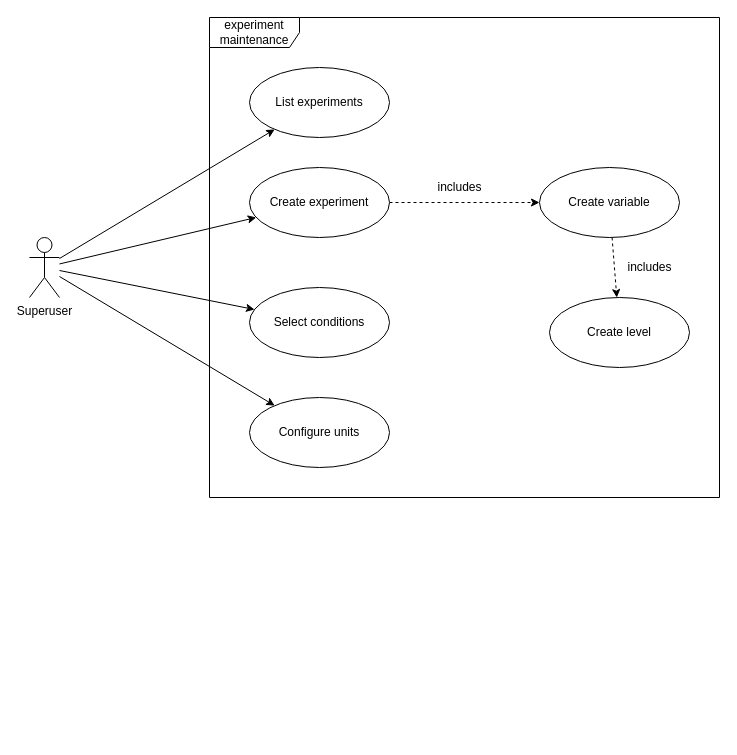
This is Documentation/use_cases/Experiment use cases.drawio from Dandelion-dev-team/dandelion, a draw.io file, before an edit. Source tidied: cells renumbered, new cells numbered last; positions are measured from the earlier drawing's top-left corner, leaving out a move shared by most shapes. Both pictures are drawn from the tidied source at 100%, with x=0, y=0 at pixel (29, 17).
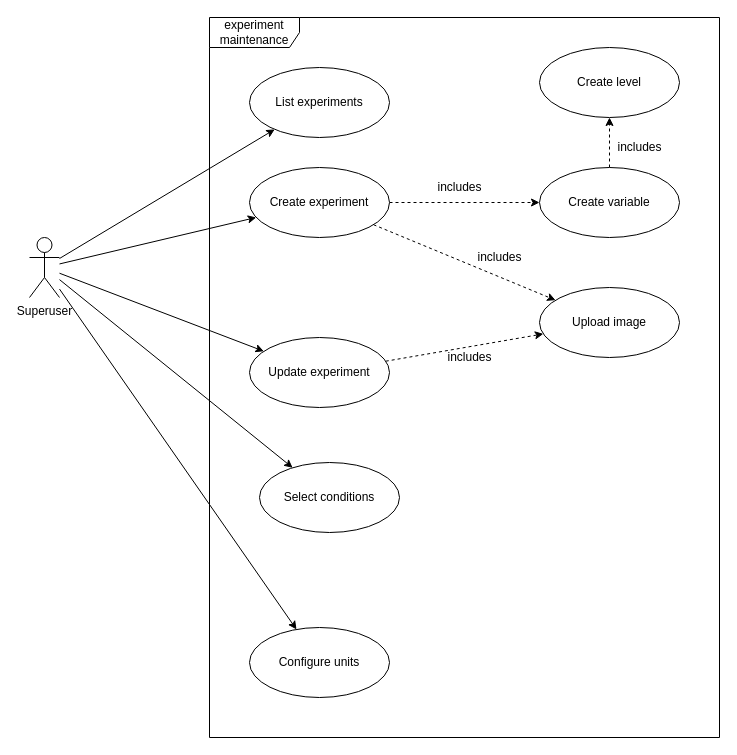
Above is the later version.

Commit message:
Update Experiment use cases

The change refers to these unchanged cells:
```xml
<mxCell id="7" value="Superuser" style="shape=umlActor;verticalLabelPosition=bottom;verticalAlign=top;html=1;" parent="1" vertex="1">
  <mxGeometry y="220" width="30" height="60" as="geometry" />
</mxCell>
<mxCell id="10" value="Create experiment" style="ellipse;whiteSpace=wrap;html=1;" parent="1" vertex="1">
  <mxGeometry x="220" y="150" width="140" height="70" as="geometry" />
</mxCell>
```

Diff of the diagram source:
```diff
@@
     <mxCell id="2" value="experiment maintenance" style="shape=umlFrame;whiteSpace=wrap;html=1;width=90;height=30;" parent="1" vertex="1">
-      <mxGeometry x="180" width="510" height="480" as="geometry" />
+      <mxGeometry x="180" width="510" height="720" as="geometry" />
     </mxCell>
@@
+    <mxCell id="18" style="rounded=0;jettySize=auto;html=1;" parent="1" edge="1" source="7" target="21">
+      <mxGeometry relative="1" as="geometry" />
+    </mxCell>
@@
+    <mxCell id="19" style="edgeStyle=none;rounded=0;jettySize=auto;html=1;dashed=1;" parent="1" edge="1" source="10" target="22">
+      <mxGeometry relative="1" as="geometry" />
+    </mxCell>
@@
     <mxCell id="13" value="Create level" style="ellipse;whiteSpace=wrap;html=1;" parent="1" vertex="1">
-      <mxGeometry x="520" y="280" width="140" height="70" as="geometry" />
+      <mxGeometry x="510" y="30" width="140" height="70" as="geometry" />
     </mxCell>
     <mxCell id="14" value="Select conditions" style="ellipse;whiteSpace=wrap;html=1;" parent="1" vertex="1">
-      <mxGeometry x="220" y="270" width="140" height="70" as="geometry" />
+      <mxGeometry x="230" y="445" width="140" height="70" as="geometry" />
     </mxCell>
     <mxCell id="15" value="Configure units" style="ellipse;whiteSpace=wrap;html=1;" parent="1" vertex="1">
-      <mxGeometry x="220" y="380" width="140" height="70" as="geometry" />
+      <mxGeometry x="220" y="610" width="140" height="70" as="geometry" />
     </mxCell>
@@
     <mxCell id="17" value="includes" style="text;html=1;align=center;verticalAlign=middle;strokeColor=none;fillColor=none;" parent="1" vertex="1">
-      <mxGeometry x="590" y="240" width="60" height="20" as="geometry" />
+      <mxGeometry x="580" y="120" width="60" height="20" as="geometry" />
     </mxCell>
+    <mxCell id="20" style="edgeStyle=none;rounded=0;jettySize=auto;html=1;dashed=1;" parent="1" edge="1" source="21" target="22">
+      <mxGeometry relative="1" as="geometry" />
+    </mxCell>
+    <mxCell id="21" value="Update experiment" style="ellipse;whiteSpace=wrap;html=1;" parent="1" vertex="1">
+      <mxGeometry x="220" y="320" width="140" height="70" as="geometry" />
+    </mxCell>
+    <mxCell id="22" value="Upload image" style="ellipse;whiteSpace=wrap;html=1;" parent="1" vertex="1">
+      <mxGeometry x="510" y="270" width="140" height="70" as="geometry" />
+    </mxCell>
+    <mxCell id="23" value="includes" style="text;html=1;align=center;verticalAlign=middle;strokeColor=none;fillColor=none;" parent="1" vertex="1">
+      <mxGeometry x="440" y="230" width="60" height="20" as="geometry" />
+    </mxCell>
+    <mxCell id="24" value="includes" style="text;html=1;align=center;verticalAlign=middle;strokeColor=none;fillColor=none;" parent="1" vertex="1">
+      <mxGeometry x="410" y="330" width="60" height="20" as="geometry" />
+    </mxCell>
```
